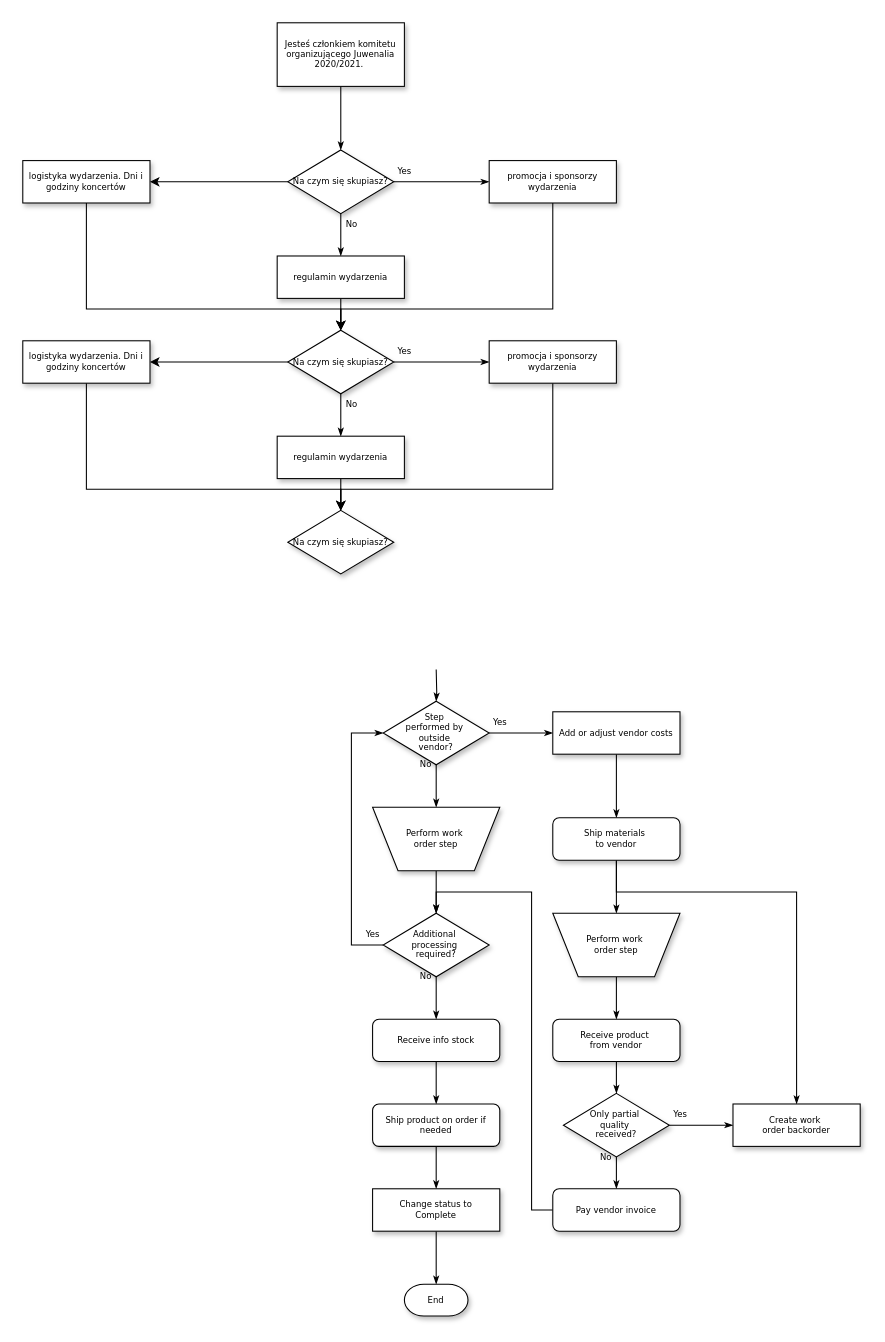
Juliusz-Stefanski/Recruitment-game keeps this draw.io diagram as Untitled Diagram.drawio. Above is the earlier version. Source tidied: cells renumbered, new cells numbered last; positions are measured from the earlier drawing's top-left corner, leaving out a move shared by most shapes. Both pictures are drawn from the tidied source at 106%, with x=0, y=0 at pixel (22, 22).
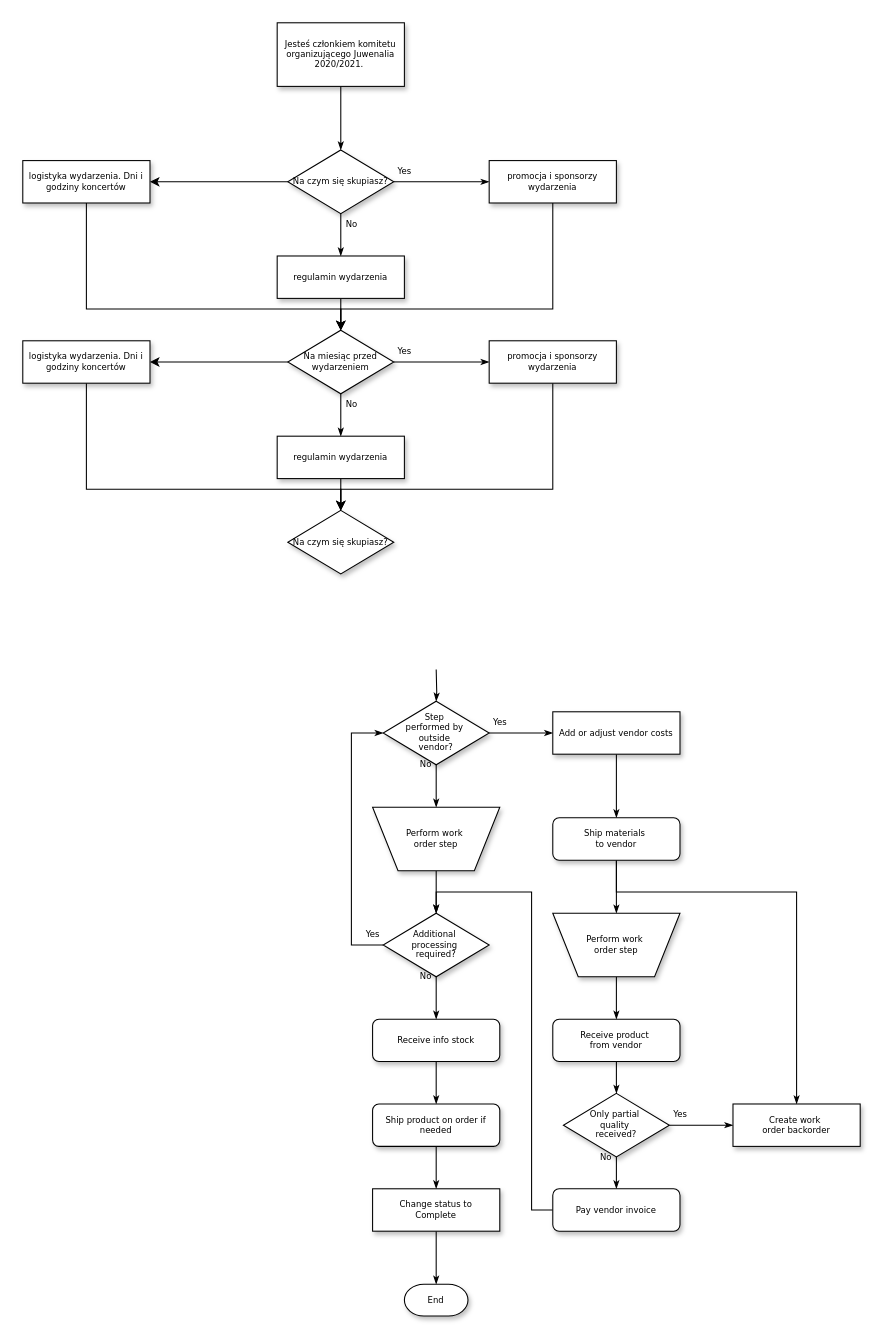
After the change.

What changed in the source:
```diff
@@
-    <mxCell id="48" value="&lt;span&gt;Na czym się skupiasz?&lt;/span&gt;" style="rhombus;whiteSpace=wrap;html=1;rounded=0;shadow=1;labelBackgroundColor=none;strokeWidth=1;fontFamily=Verdana;fontSize=8;align=center;" parent="1" vertex="1">
+    <mxCell id="48" value="Na miesiąc przed wydarzeniem" style="rhombus;whiteSpace=wrap;html=1;rounded=0;shadow=1;labelBackgroundColor=none;strokeWidth=1;fontFamily=Verdana;fontSize=8;align=center;" parent="1" vertex="1">
       <mxGeometry x="250" y="290" width="100" height="60" as="geometry" />
     </mxCell>
```
